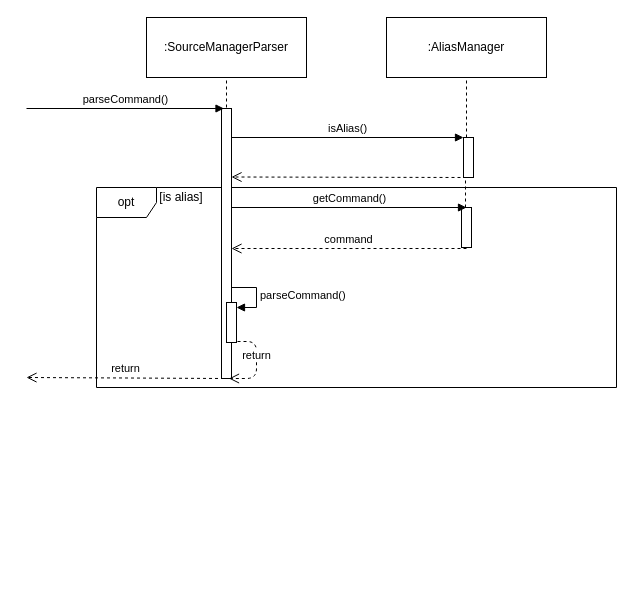
Above: docs/diagrams/AliasManagerSequenceDiagram.drawio in suriruhani/TheInfinityMachine (draw.io), before the change. Source tidied: cells renumbered, new cells numbered last; positions are measured from the earlier drawing's top-left corner, leaving out a move shared by most shapes. Both pictures are drawn from the tidied source at 100%, with x=0, y=0 at pixel (26, 17).
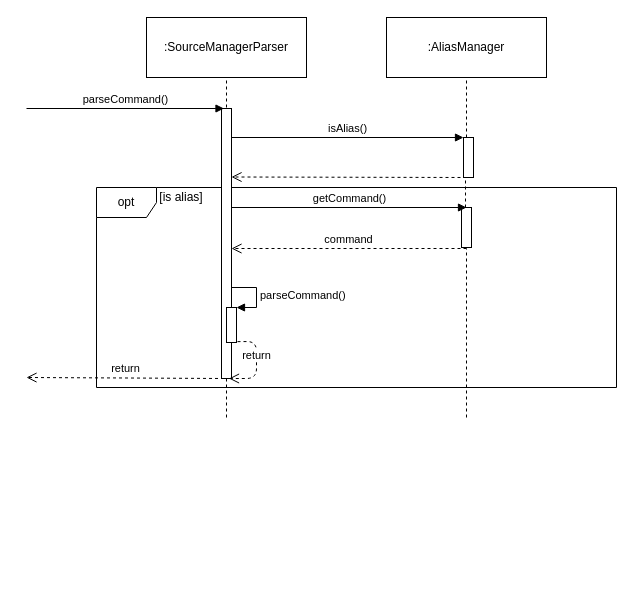
Above is the later version.

Commit message (it also covers changes not shown here):
Update and resize AliasManagerSequencDiagram

The change refers to these unchanged cells:
```xml
<mxCell id="2" style="group;" parent="1" vertex="1">
  <mxGeometry x="120" width="480" height="581" as="geometry" />
</mxCell>
<mxCell id="9" style="html=1;points=[];perimeter=orthogonalPerimeter;" parent="2" vertex="1">
  <mxGeometry x="315" y="190" width="10" height="40" as="geometry" />
</mxCell>
```

The edit, as a diff of the source:
```diff
@@
     <mxCell id="13" style="html=1;points=[];perimeter=orthogonalPerimeter;" parent="2" vertex="1">
-      <mxGeometry x="80" y="285" width="10" height="40" as="geometry" />
+      <mxGeometry x="80" y="290" width="10" height="35" as="geometry" />
     </mxCell>
-    <mxCell id="14" value="parseCommand()" style="edgeStyle=orthogonalEdgeStyle;html=1;align=left;spacingLeft=2;endArrow=block;rounded=0;entryX=1;entryY=0;" parent="2" edge="1">
+    <mxCell id="14" value="parseCommand()" style="edgeStyle=orthogonalEdgeStyle;html=1;align=left;spacingLeft=2;endArrow=block;rounded=0;" parent="2" edge="1">
       <mxGeometry relative="1" as="geometry">
         <mxPoint x="85" y="270" as="sourcePoint" />
         <mxPoint x="90" y="290" as="targetPoint" />
         <Array as="points">
           <mxPoint x="110" y="270" />
         </Array>
       </mxGeometry>
     </mxCell>
@@
+    <mxCell id="22" style="endArrow=none;dashed=1;html=1;" parent="1" edge="1">
+      <mxGeometry relative="1" as="geometry">
+        <mxPoint x="200" y="400" as="sourcePoint" />
+        <mxPoint x="200" y="360" as="targetPoint" />
+      </mxGeometry>
+    </mxCell>
+    <mxCell id="23" style="endArrow=none;dashed=1;html=1;entryX=0.5;entryY=1.025;entryDx=0;entryDy=0;entryPerimeter=0;" parent="1" edge="1" target="9">
+      <mxGeometry relative="1" as="geometry">
+        <mxPoint x="440" y="400" as="sourcePoint" />
+      </mxGeometry>
+    </mxCell>
```
